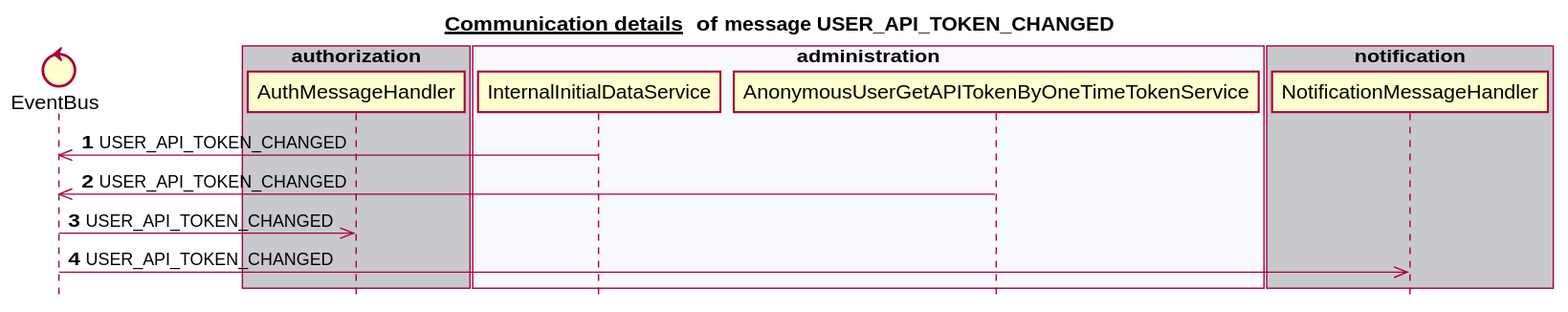
Earlier version of the PlantUML export docs/latest/images/gen_domain_messaging_user_api_token_changed.svg (mercedes-benz/sechub).
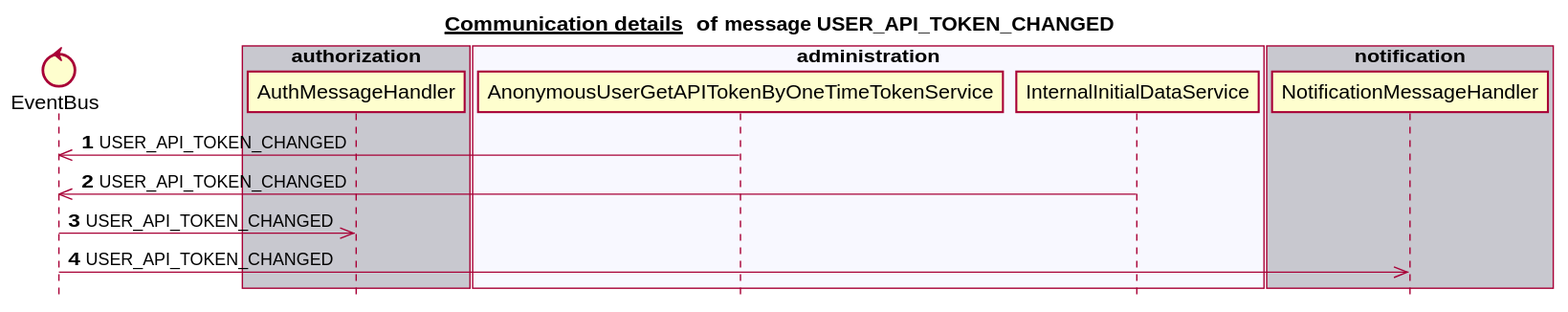
Later version of the same file.

Diff of the diagram source:
```diff
@@ -14,15 +14,15 @@
    participant AuthMessageHandler
 end box
 box "administration" #F8F8FF
+   participant AnonymousUserGetAPITokenByOneTimeTokenService
    participant InternalInitialDataService
-   participant AnonymousUserGetAPITokenByOneTimeTokenService
 end box
 box "notification" #C8C8CF
    participant NotificationMessageHandler
 end box
 autonumber 1
+AnonymousUserGetAPITokenByOneTimeTokenService ->> EventBus:USER_API_TOKEN_CHANGED
 InternalInitialDataService ->> EventBus:USER_API_TOKEN_CHANGED
-AnonymousUserGetAPITokenByOneTimeTokenService ->> EventBus:USER_API_TOKEN_CHANGED
 EventBus ->> AuthMessageHandler:USER_API_TOKEN_CHANGED
 EventBus ->> NotificationMessageHandler:USER_API_TOKEN_CHANGED
 autonumber stop
```
